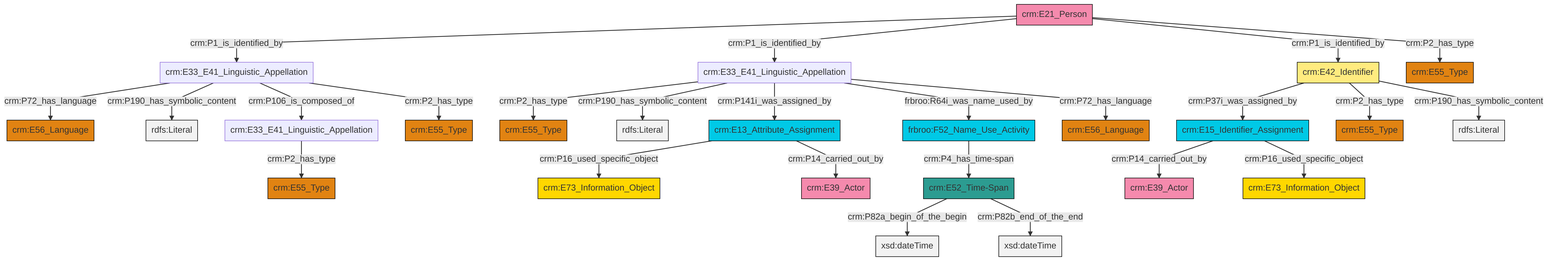
Earlier version of the Mermaid export et/personCSV/ttl/mmd/png/Person_Names_and_Classification.png (swiss-art-research-net/docs.swissartresearch). Its source is kept beside it as et/personCSV/ttl/mmd/Person_Names_and_Classification.ttl.mmd.
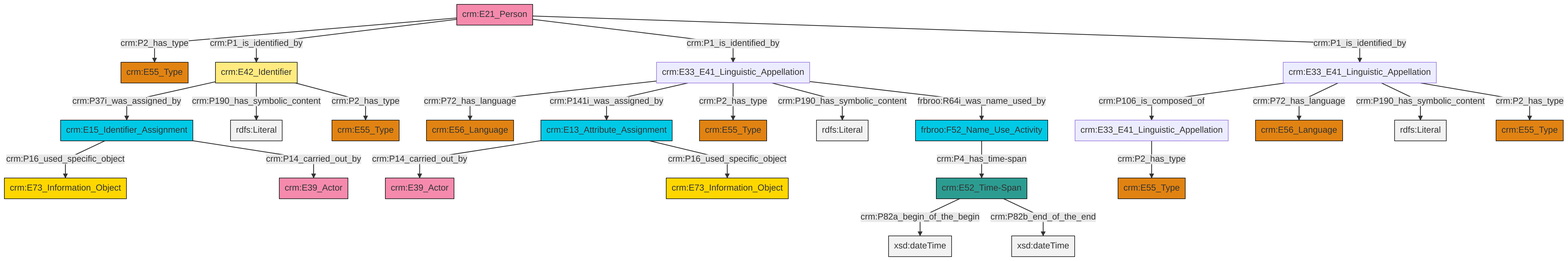
Later version of the same file.

Change to the diagram source:
```diff
@@ -13,27 +13,27 @@
 classDef PC_Classes fill:#4ce600, stroke:#000000;
 classDef Multi fill:#cccccc,stroke:#000000;
 
-6["crm:E33_E41_Linguistic_Appellation"]:::Default -->|crm:P72_has_language| 7["crm:E56_Language"]:::Type
-0["crm:E33_E41_Linguistic_Appellation"]:::Default -->|crm:P2_has_type| 10["crm:E55_Type"]:::Type
-8["crm:E13_Attribute_Assignment"]:::Temporal_Entity -->|crm:P16_used_specific_object| 11["crm:E73_Information_Object"]:::Conceptual_Object
-12["crm:E15_Identifier_Assignment"]:::Temporal_Entity -->|crm:P14_carried_out_by| 13["crm:E39_Actor"]:::Actor
-4["crm:E52_Time-Span"]:::Time-Span -->|crm:P82a_begin_of_the_begin| 14[xsd:dateTime]:::Literal
-0["crm:E33_E41_Linguistic_Appellation"]:::Default -->|crm:P190_has_symbolic_content| 17[rdfs:Literal]:::Literal
-6["crm:E33_E41_Linguistic_Appellation"]:::Default -->|crm:P190_has_symbolic_content| 18[rdfs:Literal]:::Literal
-8["crm:E13_Attribute_Assignment"]:::Temporal_Entity -->|crm:P14_carried_out_by| 23["crm:E39_Actor"]:::Actor
-26["crm:E21_Person"]:::Actor -->|crm:P1_is_identified_by| 6["crm:E33_E41_Linguistic_Appellation"]:::Default
-6["crm:E33_E41_Linguistic_Appellation"]:::Default -->|crm:P106_is_composed_of| 27["crm:E33_E41_Linguistic_Appellation"]:::Default
-26["crm:E21_Person"]:::Actor -->|crm:P1_is_identified_by| 0["crm:E33_E41_Linguistic_Appellation"]:::Default
-0["crm:E33_E41_Linguistic_Appellation"]:::Default -->|crm:P141i_was_assigned_by| 8["crm:E13_Attribute_Assignment"]:::Temporal_Entity
-6["crm:E33_E41_Linguistic_Appellation"]:::Default -->|crm:P2_has_type| 20["crm:E55_Type"]:::Type
-4["crm:E52_Time-Span"]:::Time-Span -->|crm:P82b_end_of_the_end| 36[xsd:dateTime]:::Literal
-0["crm:E33_E41_Linguistic_Appellation"]:::Default -->|frbroo:R64i_was_name_used_by| 33["frbroo:F52_Name_Use_Activity"]:::Temporal_Entity
-33["frbroo:F52_Name_Use_Activity"]:::Temporal_Entity -->|crm:P4_has_time-span| 4["crm:E52_Time-Span"]:::Time-Span
-26["crm:E21_Person"]:::Actor -->|crm:P1_is_identified_by| 38["crm:E42_Identifier"]:::Appellation
-38["crm:E42_Identifier"]:::Appellation -->|crm:P37i_was_assigned_by| 12["crm:E15_Identifier_Assignment"]:::Temporal_Entity
-27["crm:E33_E41_Linguistic_Appellation"]:::Default -->|crm:P2_has_type| 15["crm:E55_Type"]:::Type
-12["crm:E15_Identifier_Assignment"]:::Temporal_Entity -->|crm:P16_used_specific_object| 2["crm:E73_Information_Object"]:::Conceptual_Object
-38["crm:E42_Identifier"]:::Appellation -->|crm:P2_has_type| 29["crm:E55_Type"]:::Type
-0["crm:E33_E41_Linguistic_Appellation"]:::Default -->|crm:P72_has_language| 24["crm:E56_Language"]:::Type
-38["crm:E42_Identifier"]:::Appellation -->|crm:P190_has_symbolic_content| 45[rdfs:Literal]:::Literal
-26["crm:E21_Person"]:::Actor -->|crm:P2_has_type| 31["crm:E55_Type"]:::Type
+8["crm:E21_Person"]:::Actor -->|crm:P2_has_type| 9["crm:E55_Type"]:::Type
+4["crm:E33_E41_Linguistic_Appellation"]:::Default -->|crm:P106_is_composed_of| 10["crm:E33_E41_Linguistic_Appellation"]:::Default
+14["crm:E33_E41_Linguistic_Appellation"]:::Default -->|crm:P72_has_language| 12["crm:E56_Language"]:::Type
+17["crm:E52_Time-Span"]:::Time-Span -->|crm:P82a_begin_of_the_begin| 18[xsd:dateTime]:::Literal
+8["crm:E21_Person"]:::Actor -->|crm:P1_is_identified_by| 19["crm:E42_Identifier"]:::Appellation
+2["frbroo:F52_Name_Use_Activity"]:::Temporal_Entity -->|crm:P4_has_time-span| 17["crm:E52_Time-Span"]:::Time-Span
+4["crm:E33_E41_Linguistic_Appellation"]:::Default -->|crm:P72_has_language| 20["crm:E56_Language"]:::Type
+8["crm:E21_Person"]:::Actor -->|crm:P1_is_identified_by| 14["crm:E33_E41_Linguistic_Appellation"]:::Default
+15["crm:E13_Attribute_Assignment"]:::Temporal_Entity -->|crm:P14_carried_out_by| 27["crm:E39_Actor"]:::Actor
+19["crm:E42_Identifier"]:::Appellation -->|crm:P37i_was_assigned_by| 28["crm:E15_Identifier_Assignment"]:::Temporal_Entity
+15["crm:E13_Attribute_Assignment"]:::Temporal_Entity -->|crm:P16_used_specific_object| 21["crm:E73_Information_Object"]:::Conceptual_Object
+4["crm:E33_E41_Linguistic_Appellation"]:::Default -->|crm:P190_has_symbolic_content| 36[rdfs:Literal]:::Literal
+17["crm:E52_Time-Span"]:::Time-Span -->|crm:P82b_end_of_the_end| 38[xsd:dateTime]:::Literal
+19["crm:E42_Identifier"]:::Appellation -->|crm:P190_has_symbolic_content| 39[rdfs:Literal]:::Literal
+10["crm:E33_E41_Linguistic_Appellation"]:::Default -->|crm:P2_has_type| 25["crm:E55_Type"]:::Type
+14["crm:E33_E41_Linguistic_Appellation"]:::Default -->|crm:P141i_was_assigned_by| 15["crm:E13_Attribute_Assignment"]:::Temporal_Entity
+19["crm:E42_Identifier"]:::Appellation -->|crm:P2_has_type| 29["crm:E55_Type"]:::Type
+14["crm:E33_E41_Linguistic_Appellation"]:::Default -->|crm:P2_has_type| 0["crm:E55_Type"]:::Type
+28["crm:E15_Identifier_Assignment"]:::Temporal_Entity -->|crm:P16_used_specific_object| 31["crm:E73_Information_Object"]:::Conceptual_Object
+4["crm:E33_E41_Linguistic_Appellation"]:::Default -->|crm:P2_has_type| 6["crm:E55_Type"]:::Type
+14["crm:E33_E41_Linguistic_Appellation"]:::Default -->|crm:P190_has_symbolic_content| 43[rdfs:Literal]:::Literal
+8["crm:E21_Person"]:::Actor -->|crm:P1_is_identified_by| 4["crm:E33_E41_Linguistic_Appellation"]:::Default
+14["crm:E33_E41_Linguistic_Appellation"]:::Default -->|frbroo:R64i_was_name_used_by| 2["frbroo:F52_Name_Use_Activity"]:::Temporal_Entity
+28["crm:E15_Identifier_Assignment"]:::Temporal_Entity -->|crm:P14_carried_out_by| 44["crm:E39_Actor"]:::Actor
```
